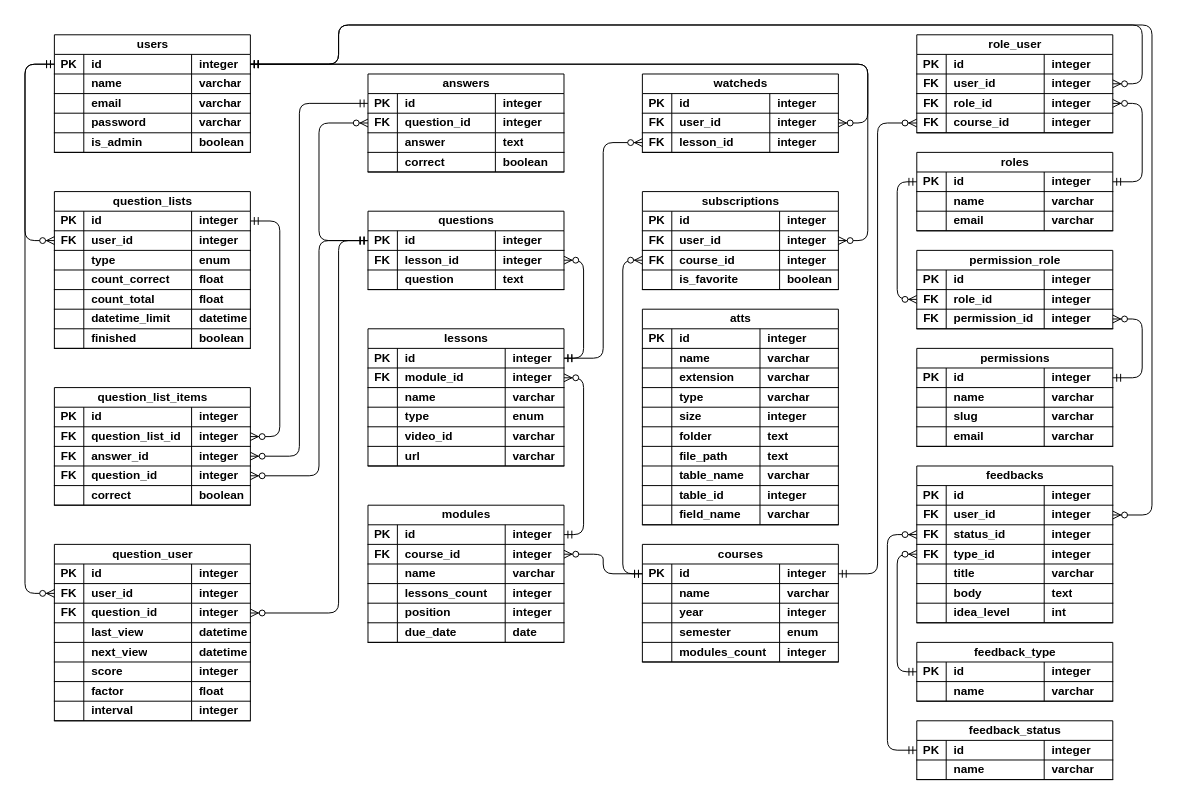
This is database/der.drawio from fernando-fix/ankivesp, a draw.io file, before an edit. Source tidied: cells renumbered, new cells numbered last; positions are measured from the earlier drawing's top-left corner, leaving out a move shared by most shapes. Both pictures are drawn from the tidied source at 98%, with x=0, y=0 at pixel (24, 24).
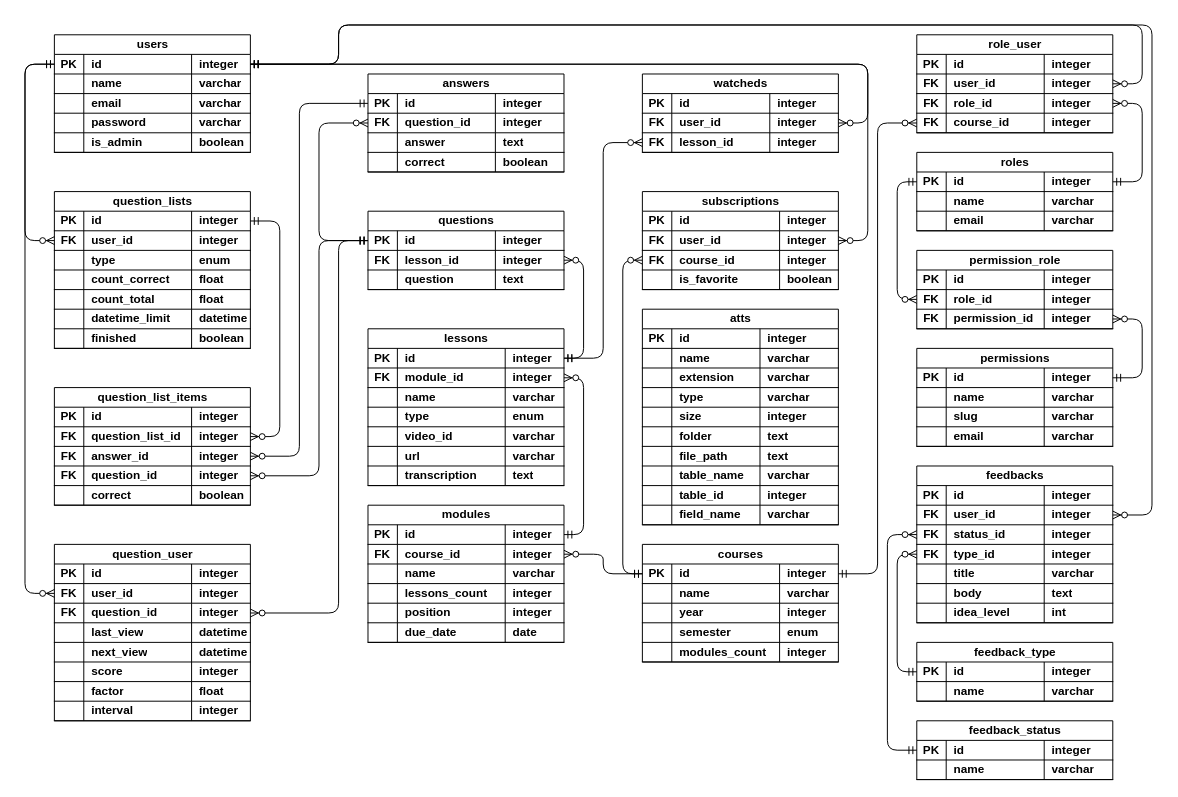
The same diagram, later.

Change to the diagram source:
```diff
@@
     <mxCell id="23" value="lessons" style="shape=table;startSize=20;childLayout=tableLayout;rowLines=0;fontStyle=1;align=center;html=1;" parent="1" vertex="1">
-      <mxGeometry x="350" y="310" width="200" height="140" as="geometry" />
+      <mxGeometry x="350" y="310" width="200" height="160" as="geometry" />
     </mxCell>
@@
+    <mxCell id="407" style="shape=tableRow;horizontal=0;startSize=0;swimlaneHead=0;swimlaneBody=0;fillColor=none;top=0;left=0;right=0;bottom=1;" parent="23" vertex="1">
+      <mxGeometry y="140" width="200" height="20" as="geometry" />
+    </mxCell>
+    <mxCell id="408" style="shape=partialRectangle;fillColor=none;top=0;left=0;bottom=0;right=0;fontStyle=1;overflow=hidden;whiteSpace=wrap;html=1;" parent="407" vertex="1">
+      <mxGeometry width="30" height="20" as="geometry" />
+    </mxCell>
+    <mxCell id="409" value="transcription" style="shape=partialRectangle;fillColor=none;top=0;left=0;bottom=0;right=0;align=left;spacingLeft=6;fontStyle=1;overflow=hidden;whiteSpace=wrap;html=1;" parent="407" vertex="1">
+      <mxGeometry x="30" width="110" height="20" as="geometry" />
+    </mxCell>
+    <mxCell id="410" value="text" style="shape=partialRectangle;fillColor=none;top=0;left=0;bottom=0;right=0;align=left;spacingLeft=6;fontStyle=1;overflow=hidden;whiteSpace=wrap;html=1;" parent="407" vertex="1">
+      <mxGeometry x="140" width="60" height="20" as="geometry" />
+    </mxCell>
```
